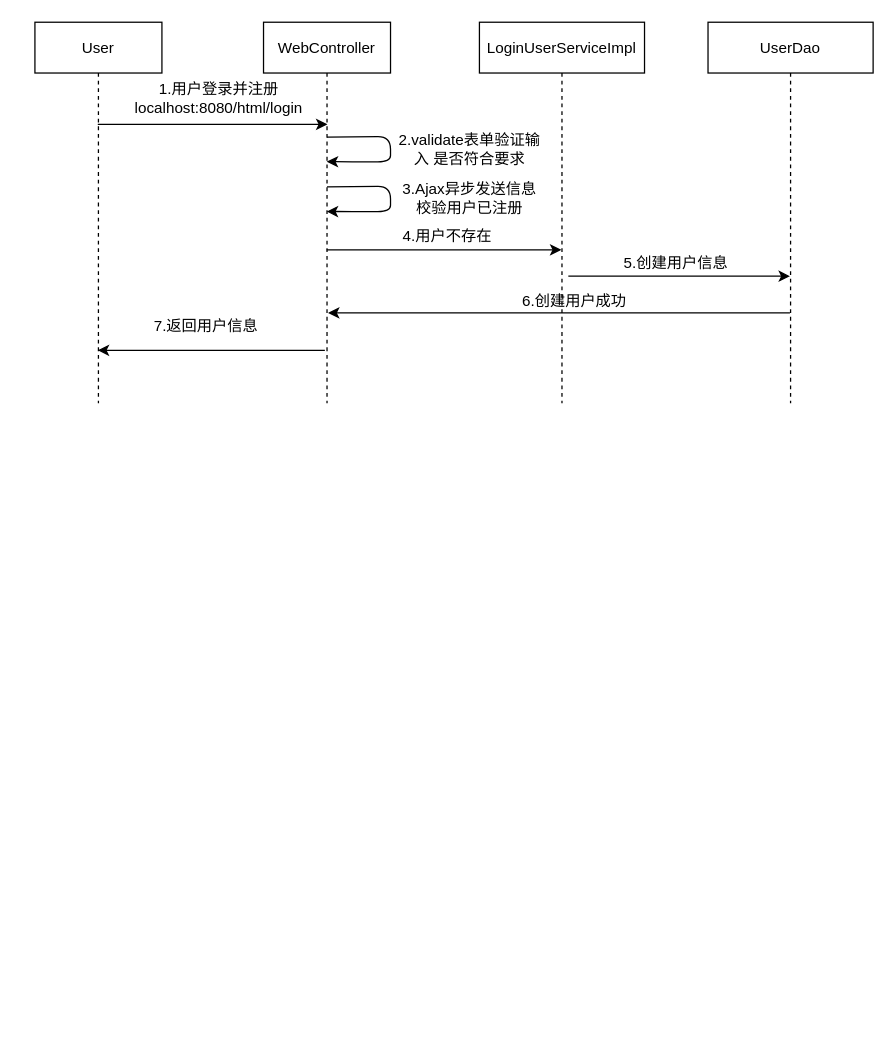
Before: Untitled Diagram.drawio in huangchengbuhuang/demo, a draw.io diagram. Source tidied: cells renumbered, new cells numbered last; positions are measured from the earlier drawing's top-left corner, leaving out a move shared by most shapes. Both pictures are drawn from the tidied source at 127%, with x=0, y=0 at pixel (34, 22).
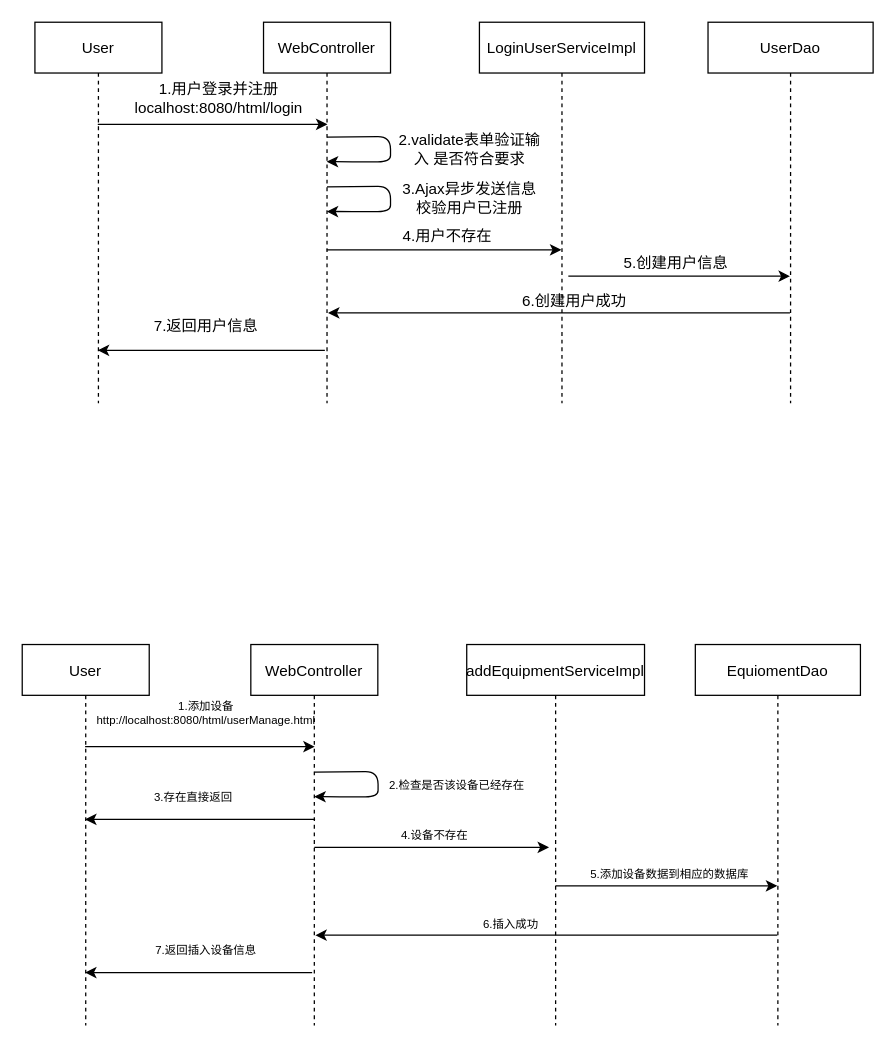
Above is the later version.

Diff of the diagram source:
```diff
@@
+    <mxCell id="20" value="User" style="shape=umlLifeline;perimeter=lifelinePerimeter;rounded=0;shadow=0;strokeWidth=1;" parent="1" vertex="1">
+      <mxGeometry x="-10" y="490" width="100" height="300" as="geometry" />
+    </mxCell>
+    <mxCell id="21" value="WebController" style="shape=umlLifeline;perimeter=lifelinePerimeter;rounded=0;shadow=0;strokeWidth=1;" parent="1" vertex="1">
+      <mxGeometry x="170" y="490" width="100" height="300" as="geometry" />
+    </mxCell>
+    <mxCell id="22" value="addEquipmentServiceImpl" style="shape=umlLifeline;perimeter=lifelinePerimeter;rounded=0;shadow=0;strokeWidth=1;" parent="1" vertex="1">
+      <mxGeometry x="340" y="490" width="140" height="300" as="geometry" />
+    </mxCell>
+    <mxCell id="23" style="endArrow=classic;html=1;" parent="22" edge="1">
+      <mxGeometry relative="1" as="geometry">
+        <mxPoint x="70" y="190" as="sourcePoint" />
+        <mxPoint x="244.5" y="190" as="targetPoint" />
+      </mxGeometry>
+    </mxCell>
+    <mxCell id="24" value="EquiomentDao" style="shape=umlLifeline;perimeter=lifelinePerimeter;rounded=0;shadow=0;strokeWidth=1;" parent="1" vertex="1">
+      <mxGeometry x="520" y="490" width="130" height="300" as="geometry" />
+    </mxCell>
+    <mxCell id="25" style="endArrow=classic;html=1;entryX=0.503;entryY=0.268;entryDx=0;entryDy=0;entryPerimeter=0;" parent="1" edge="1" source="20" target="21">
+      <mxGeometry relative="1" as="geometry" />
+    </mxCell>
+    <mxCell id="26" style="endArrow=classic;html=1;" parent="1" edge="1">
+      <mxGeometry relative="1" as="geometry">
+        <mxPoint x="220" y="649.7" as="sourcePoint" />
+        <mxPoint x="404.8" y="649.7" as="targetPoint" />
+      </mxGeometry>
+    </mxCell>
+    <mxCell id="27" value="&lt;div style=&quot;font-size: 9px&quot;&gt;&lt;font style=&quot;font-size: 9px&quot;&gt;1.添加设备&lt;/font&gt;&lt;/div&gt;&lt;div style=&quot;font-size: 9px&quot;&gt;&lt;font style=&quot;font-size: 9px&quot;&gt;http://localhost:8080/html/userManage.html&lt;br&gt;&lt;/font&gt;&lt;/div&gt;&lt;div style=&quot;font-size: 9px&quot;&gt;&lt;font style=&quot;font-size: 9px&quot;&gt;&lt;br&gt;&lt;/font&gt;&lt;/div&gt;" style="text;html=1;strokeColor=none;fillColor=none;align=center;verticalAlign=middle;whiteSpace=wrap;rounded=0;" parent="1" vertex="1">
+      <mxGeometry x="60" y="540" width="150" height="20" as="geometry" />
+    </mxCell>
+    <mxCell id="28" value="&lt;font style=&quot;font-size: 9px&quot;&gt;2.检查是否该设备已经存在&lt;/font&gt;" style="text;html=1;strokeColor=none;fillColor=none;align=center;verticalAlign=middle;whiteSpace=wrap;rounded=0;" parent="1" vertex="1">
+      <mxGeometry x="275.2" y="590" width="114.8" height="20" as="geometry" />
+    </mxCell>
+    <mxCell id="29" value="&lt;font style=&quot;font-size: 9px&quot;&gt;4.&lt;font style=&quot;font-size: 9px&quot;&gt;设备不存在&lt;/font&gt;&lt;/font&gt;" style="text;html=1;strokeColor=none;fillColor=none;align=center;verticalAlign=middle;whiteSpace=wrap;rounded=0;" parent="1" vertex="1">
+      <mxGeometry x="260.3" y="629.7" width="110" height="20" as="geometry" />
+    </mxCell>
+    <mxCell id="30" value="&lt;font style=&quot;font-size: 9px&quot;&gt;5.添加设备数据到相应的数据库&lt;/font&gt;" style="text;html=1;strokeColor=none;fillColor=none;align=center;verticalAlign=middle;whiteSpace=wrap;rounded=0;" parent="1" vertex="1">
+      <mxGeometry x="430" y="660" width="140" height="20" as="geometry" />
+    </mxCell>
+    <mxCell id="31" style="endArrow=classic;html=1;entryX=0.508;entryY=0.763;entryDx=0;entryDy=0;entryPerimeter=0;" parent="1" edge="1" source="24" target="21">
+      <mxGeometry relative="1" as="geometry" />
+    </mxCell>
+    <mxCell id="32" value="&lt;font style=&quot;font-size: 9px&quot;&gt;6.插入成功&lt;/font&gt;" style="text;html=1;strokeColor=none;fillColor=none;align=center;verticalAlign=middle;whiteSpace=wrap;rounded=0;" parent="1" vertex="1">
+      <mxGeometry x="330" y="700" width="90" height="20" as="geometry" />
+    </mxCell>
+    <mxCell id="33" style="endArrow=classic;html=1;exitX=0.483;exitY=0.861;exitDx=0;exitDy=0;exitPerimeter=0;" parent="1" edge="1" source="21" target="20">
+      <mxGeometry relative="1" as="geometry" />
+    </mxCell>
+    <mxCell id="34" value="&lt;font style=&quot;font-size: 9px&quot;&gt;7.返回插入设备信息&lt;/font&gt;" style="text;html=1;strokeColor=none;fillColor=none;align=center;verticalAlign=middle;whiteSpace=wrap;rounded=0;" parent="1" vertex="1">
+      <mxGeometry x="80" y="720" width="110" height="20" as="geometry" />
+    </mxCell>
+    <mxCell id="35" style="endArrow=classic;html=1;entryX=0.498;entryY=0.366;entryDx=0;entryDy=0;entryPerimeter=0;" parent="1" edge="1">
+      <mxGeometry relative="1" as="geometry">
+        <mxPoint x="220.2" y="590.4" as="sourcePoint" />
+        <mxPoint x="220" y="609.8" as="targetPoint" />
+        <Array as="points">
+          <mxPoint x="270.2" y="590" />
+          <mxPoint x="270.2" y="610" />
+          <mxPoint x="250.2" y="610" />
+        </Array>
+      </mxGeometry>
+    </mxCell>
+    <mxCell id="36" style="endArrow=classic;html=1;exitX=0.506;exitY=0.459;exitDx=0;exitDy=0;exitPerimeter=0;" parent="1" edge="1" source="21" target="20">
+      <mxGeometry relative="1" as="geometry" />
+    </mxCell>
+    <mxCell id="37" value="&lt;font style=&quot;font-size: 9px&quot;&gt;3.存在直接返回&lt;/font&gt;" style="text;html=1;strokeColor=none;fillColor=none;align=center;verticalAlign=middle;whiteSpace=wrap;rounded=0;" parent="1" vertex="1">
+      <mxGeometry x="75" y="600" width="100" height="20" as="geometry" />
+    </mxCell>
```
